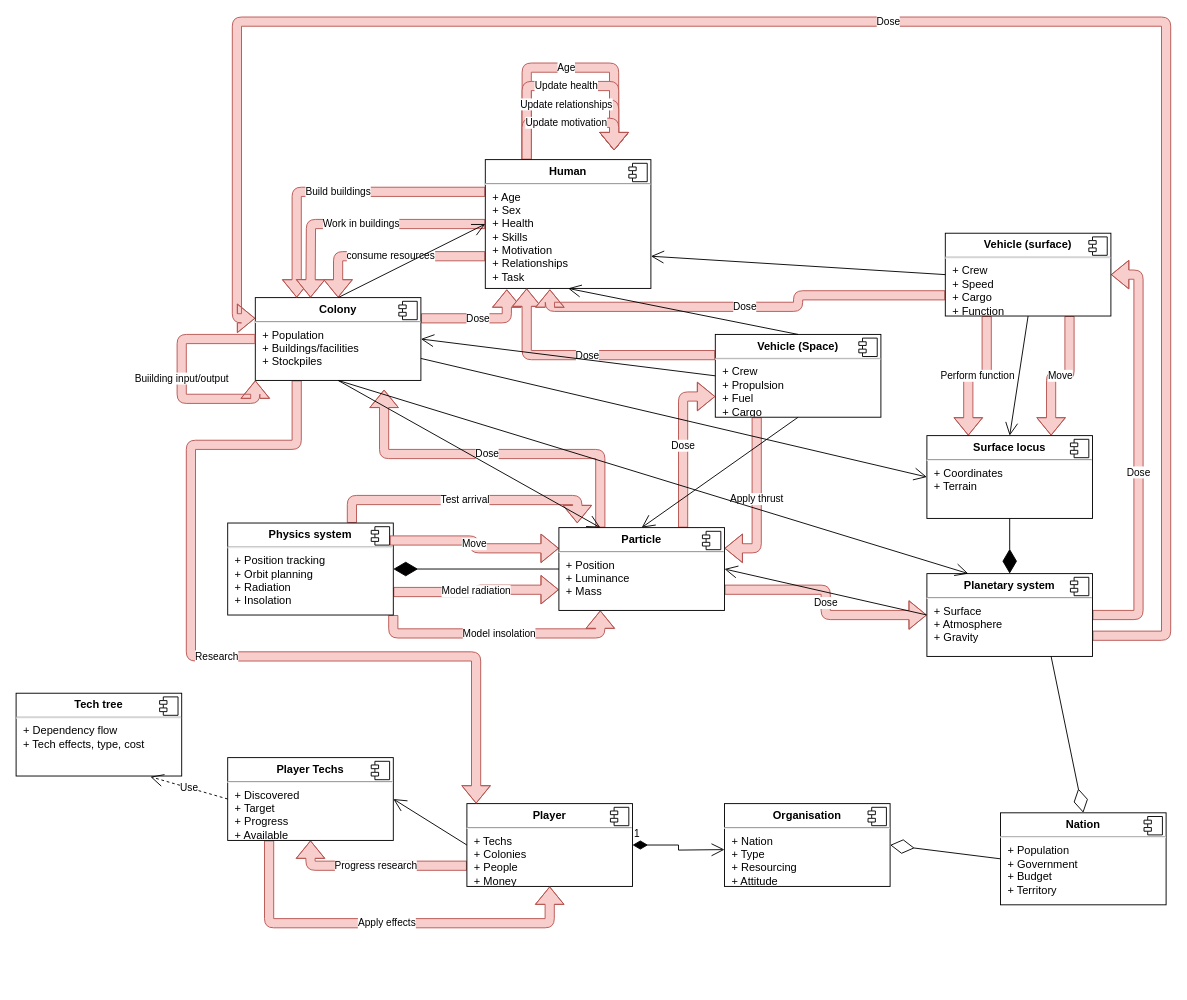
The draw.io diagram documentation/Space_nature_interaction.drawio in EdW1-0/SpaceSim, before the edit. Source tidied: cells renumbered, new cells numbered last; positions are measured from the earlier drawing's top-left corner, leaving out a move shared by most shapes. Both pictures are drawn from the tidied source at 92%, with x=0, y=0 at pixel (16, 21).
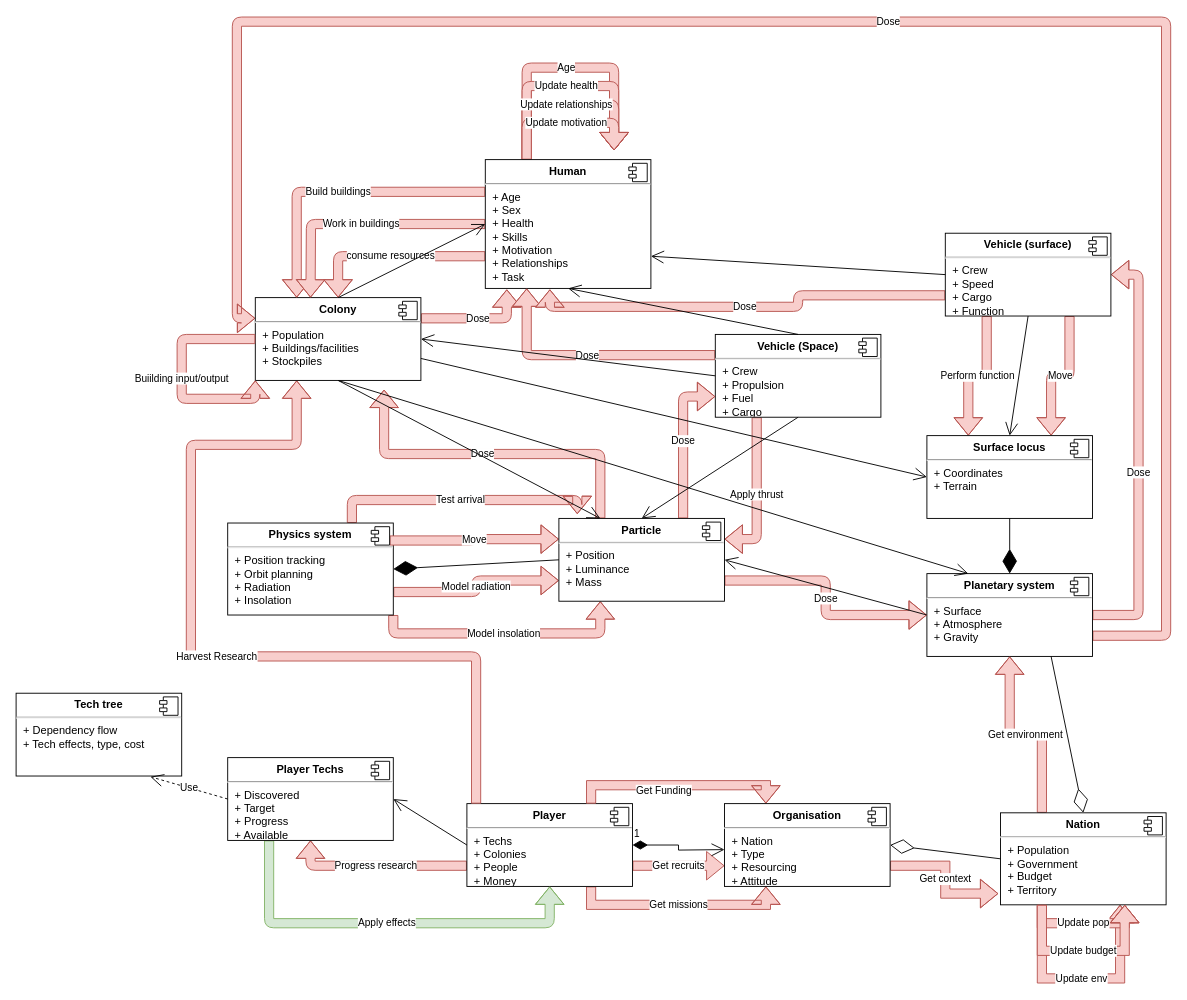
The same page after the edit.

Commit message:
Cleared up some nature interactions

The change refers to these unchanged cells:
```xml
<mxCell id="9" value="&lt;p style=&quot;margin:0px;margin-top:6px;text-align:center;&quot;&gt;&lt;b&gt;Player&lt;/b&gt;&lt;/p&gt;&lt;hr&gt;&lt;p style=&quot;margin:0px;margin-left:8px;&quot;&gt;+ Techs&lt;br&gt;+ Colonies&lt;/p&gt;&lt;p style=&quot;margin:0px;margin-left:8px;&quot;&gt;+ People&lt;/p&gt;&lt;p style=&quot;margin:0px;margin-left:8px;&quot;&gt;+ Money&lt;/p&gt;" style="align=left;overflow=fill;html=1;rounded=0;" parent="1" vertex="1">
  <mxGeometry x="490" y="850" width="180" height="90" as="geometry" />
</mxCell>
<mxCell id="11" value="&lt;p style=&quot;margin:0px;margin-top:6px;text-align:center;&quot;&gt;&lt;b&gt;Organisation&lt;/b&gt;&lt;/p&gt;&lt;hr&gt;&lt;p style=&quot;margin:0px;margin-left:8px;&quot;&gt;+ Nation&lt;br&gt;+ Type&lt;/p&gt;&lt;p style=&quot;margin:0px;margin-left:8px;&quot;&gt;+ Resourcing&lt;/p&gt;&lt;p style=&quot;margin:0px;margin-left:8px;&quot;&gt;+ Attitude&lt;/p&gt;" style="align=left;overflow=fill;html=1;rounded=0;" parent="1" vertex="1">
  <mxGeometry x="770" y="850" width="180" height="90" as="geometry" />
</mxCell>
<mxCell id="17" value="&lt;p style=&quot;margin:0px;margin-top:6px;text-align:center;&quot;&gt;&lt;b&gt;Planetary system&lt;/b&gt;&lt;/p&gt;&lt;hr&gt;&lt;p style=&quot;margin:0px;margin-left:8px;&quot;&gt;+ Surface&lt;/p&gt;&lt;p style=&quot;margin:0px;margin-left:8px;&quot;&gt;+ Atmosphere&lt;/p&gt;&lt;p style=&quot;margin:0px;margin-left:8px;&quot;&gt;+ Gravity&lt;/p&gt;" style="align=left;overflow=fill;html=1;rounded=0;" parent="1" vertex="1">
  <mxGeometry x="990" y="600" width="180" height="90" as="geometry" />
</mxCell>
<mxCell id="21" value="&lt;p style=&quot;margin:0px;margin-top:6px;text-align:center;&quot;&gt;&lt;b&gt;Colony&lt;/b&gt;&lt;/p&gt;&lt;hr&gt;&lt;p style=&quot;margin:0px;margin-left:8px;&quot;&gt;+ Population&lt;br&gt;+ Buildings/facilities&lt;/p&gt;&lt;p style=&quot;margin:0px;margin-left:8px;&quot;&gt;+ Stockpiles&lt;/p&gt;" style="align=left;overflow=fill;html=1;rounded=0;" parent="1" vertex="1">
  <mxGeometry x="260" y="300" width="180" height="90" as="geometry" />
</mxCell>
<mxCell id="41" value="&lt;p style=&quot;margin:0px;margin-top:6px;text-align:center;&quot;&gt;&lt;b&gt;Nation&lt;/b&gt;&lt;/p&gt;&lt;hr&gt;&lt;p style=&quot;margin:0px;margin-left:8px;&quot;&gt;+ Population&lt;/p&gt;&lt;p style=&quot;margin:0px;margin-left:8px;&quot;&gt;+ Government&lt;/p&gt;&lt;p style=&quot;margin:0px;margin-left:8px;&quot;&gt;+ Budget&lt;/p&gt;&lt;p style=&quot;margin:0px;margin-left:8px;&quot;&gt;+ Territory&lt;/p&gt;" style="align=left;overflow=fill;html=1;rounded=0;" parent="1" vertex="1">
  <mxGeometry x="1070" y="860" width="180" height="100" as="geometry" />
</mxCell>
<mxCell id="63" value="&lt;p style=&quot;margin:0px;margin-top:6px;text-align:center;&quot;&gt;&lt;b&gt;Player Techs&lt;/b&gt;&lt;/p&gt;&lt;hr&gt;&lt;p style=&quot;margin:0px;margin-left:8px;&quot;&gt;+ Discovered&lt;br&gt;+ Target&lt;/p&gt;&lt;p style=&quot;margin:0px;margin-left:8px;&quot;&gt;+ Progress&lt;/p&gt;&lt;p style=&quot;margin:0px;margin-left:8px;&quot;&gt;+ Available&lt;/p&gt;" style="align=left;overflow=fill;html=1;rounded=0;" parent="1" vertex="1">
  <mxGeometry x="230" y="800" width="180" height="90" as="geometry" />
</mxCell>
```

What changed in the source:
```diff
@@
+    <mxCell id="71" value="Get recruits" style="edgeStyle=orthogonalEdgeStyle;shape=flexArrow;rounded=0;jettySize=auto;html=1;exitX=1;exitY=0.75;exitDx=0;exitDy=0;entryX=0;entryY=0.75;entryDx=0;entryDy=0;startArrow=none;startFill=0;endArrow=block;endFill=0;fillColor=#f8cecc;strokeColor=#b85450;" parent="1" edge="1" source="9" target="11">
+      <mxGeometry relative="1" as="geometry" />
+    </mxCell>
+    <mxCell id="72" value="Get missions" style="edgeStyle=orthogonalEdgeStyle;shape=flexArrow;rounded=0;jettySize=auto;html=1;exitX=0.75;exitY=1;exitDx=0;exitDy=0;entryX=0.25;entryY=1;entryDx=0;entryDy=0;startArrow=none;startFill=0;endArrow=block;endFill=0;fillColor=#f8cecc;strokeColor=#b85450;" parent="1" edge="1" source="9" target="11">
+      <mxGeometry relative="1" as="geometry" />
+    </mxCell>
@@
+    <mxCell id="73" style="edgeStyle=orthogonalEdgeStyle;shape=flexArrow;rounded=0;jettySize=auto;html=1;exitX=0.25;exitY=0;exitDx=0;exitDy=0;entryX=0.75;entryY=0;entryDx=0;entryDy=0;startArrow=block;endArrow=none;endFill=0;startFill=0;fillColor=#f8cecc;strokeColor=#b85450;" parent="1" edge="1" source="11" target="9">
+      <mxGeometry relative="1" as="geometry" />
+    </mxCell>
+    <mxCell id="74" value="Get Funding" style="edgeLabel;html=1;align=center;verticalAlign=middle;" parent="73" vertex="1">
+      <mxGeometry x="0.14" y="5" relative="1" as="geometry">
+        <mxPoint x="-1" as="offset" />
+      </mxGeometry>
+    </mxCell>
+    <mxCell id="75" value="Get context" style="edgeStyle=orthogonalEdgeStyle;shape=flexArrow;rounded=0;jettySize=auto;html=1;exitX=1;exitY=0.75;exitDx=0;exitDy=0;entryX=-0.013;entryY=0.878;entryDx=0;entryDy=0;entryPerimeter=0;startArrow=none;startFill=0;endArrow=block;endFill=0;fillColor=#f8cecc;strokeColor=#b85450;" parent="1" edge="1" source="11" target="41">
+      <mxGeometry relative="1" as="geometry" />
+    </mxCell>
@@
-    <mxCell id="20" value="Research" style="edgeStyle=orthogonalEdgeStyle;shape=flexArrow;jettySize=auto;html=1;exitX=0.25;exitY=1;exitDx=0;exitDy=0;fillColor=#f8cecc;strokeColor=#b85450;" parent="1" edge="1" source="21" target="9">
+    <mxCell id="20" value="Harvest Research" style="edgeStyle=orthogonalEdgeStyle;shape=flexArrow;jettySize=auto;html=1;exitX=0.25;exitY=1;exitDx=0;exitDy=0;fillColor=#f8cecc;strokeColor=#b85450;startArrow=block;endArrow=none;endFill=0;" parent="1" edge="1" source="21" target="9">
       <mxGeometry relative="1" as="geometry">
         <Array as="points">
           <mxPoint x="305" y="460" />
           <mxPoint x="190" y="460" />
           <mxPoint x="190" y="690" />
           <mxPoint x="500" y="690" />
         </Array>
       </mxGeometry>
     </mxCell>
@@
+    <mxCell id="76" value="Update env" style="edgeStyle=orthogonalEdgeStyle;shape=flexArrow;rounded=0;jettySize=auto;html=1;exitX=0.25;exitY=1;exitDx=0;exitDy=0;startArrow=none;startFill=0;endArrow=block;endFill=0;fillColor=#f8cecc;strokeColor=#b85450;" parent="1" edge="1" source="41">
+      <mxGeometry relative="1" as="geometry">
+        <mxPoint x="1200" y="960" as="targetPoint" />
+        <Array as="points">
+          <mxPoint x="1115" y="1040" />
+          <mxPoint x="1200" y="1040" />
+        </Array>
+      </mxGeometry>
+    </mxCell>
+    <mxCell id="77" value="Get environment" style="edgeStyle=orthogonalEdgeStyle;shape=flexArrow;rounded=0;jettySize=auto;html=1;exitX=0.25;exitY=0;exitDx=0;exitDy=0;entryX=0.5;entryY=1;entryDx=0;entryDy=0;startArrow=none;startFill=0;endArrow=block;endFill=0;fillColor=#f8cecc;strokeColor=#b85450;" parent="1" edge="1" source="41" target="17">
+      <mxGeometry relative="1" as="geometry" />
+    </mxCell>
@@
     <mxCell id="50" value="&lt;p style=&quot;margin:0px;margin-top:6px;text-align:center;&quot;&gt;&lt;b&gt;Particle&lt;/b&gt;&lt;/p&gt;&lt;hr&gt;&lt;p style=&quot;margin:0px;margin-left:8px;&quot;&gt;+ Position&lt;br&gt;&lt;/p&gt;&lt;p style=&quot;margin:0px;margin-left:8px;&quot;&gt;+ Luminance&lt;/p&gt;&lt;p style=&quot;margin:0px;margin-left:8px;&quot;&gt;+ Mass&lt;/p&gt;" style="align=left;overflow=fill;html=1;rounded=0;" parent="1" vertex="1">
-      <mxGeometry x="590" y="550" width="180" height="90" as="geometry" />
+      <mxGeometry x="590" y="540" width="180" height="90" as="geometry" />
     </mxCell>
@@
-    <mxCell id="62" value="Apply effects" style="edgeStyle=orthogonalEdgeStyle;shape=flexArrow;jettySize=auto;html=1;exitX=0.25;exitY=1;exitDx=0;exitDy=0;entryX=0.5;entryY=1;entryDx=0;entryDy=0;fillColor=#f8cecc;strokeColor=#b85450;" parent="1" edge="1" source="63" target="9">
+    <mxCell id="62" value="Apply effects" style="edgeStyle=orthogonalEdgeStyle;shape=flexArrow;jettySize=auto;html=1;exitX=0.25;exitY=1;exitDx=0;exitDy=0;entryX=0.5;entryY=1;entryDx=0;entryDy=0;fillColor=#d5e8d4;strokeColor=#82b366;" parent="1" edge="1" source="63" target="9">
       <mxGeometry relative="1" as="geometry">
         <Array as="points">
           <mxPoint x="275" y="980" />
           <mxPoint x="580" y="980" />
         </Array>
       </mxGeometry>
     </mxCell>
@@
+    <mxCell id="78" value="Update pop" style="edgeStyle=orthogonalEdgeStyle;shape=flexArrow;rounded=0;orthogonalLoop=1;jettySize=auto;html=1;exitX=0.25;exitY=1;exitDx=0;exitDy=0;entryX=0.75;entryY=1;entryDx=0;entryDy=0;startArrow=none;startFill=0;endArrow=block;endFill=0;fillColor=#f8cecc;strokeColor=#b85450;" parent="1" edge="1" source="41" target="41">
+      <mxGeometry relative="1" as="geometry" />
+    </mxCell>
+    <mxCell id="79" value="Update budget" style="edgeStyle=orthogonalEdgeStyle;shape=flexArrow;rounded=0;orthogonalLoop=1;jettySize=auto;html=1;exitX=0.25;exitY=1;exitDx=0;exitDy=0;entryX=0.75;entryY=1;entryDx=0;entryDy=0;startArrow=none;startFill=0;endArrow=block;endFill=0;fillColor=#f8cecc;strokeColor=#b85450;" parent="1" edge="1" source="41" target="41">
+      <mxGeometry relative="1" as="geometry">
+        <Array as="points">
+          <mxPoint x="1115" y="1010" />
+          <mxPoint x="1205" y="1010" />
+        </Array>
+      </mxGeometry>
+    </mxCell>
```
